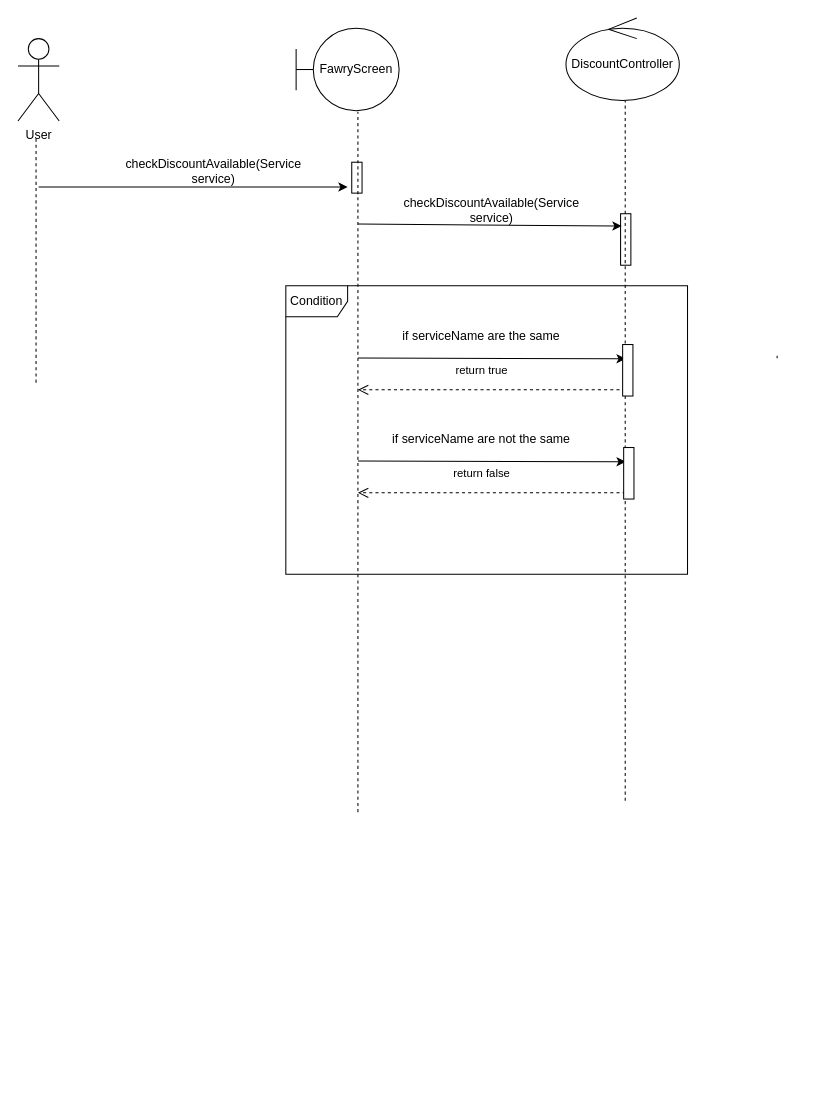
Before: Design System/CheckDiscountsSequenceDiagram.drawio in hazemadelkhalel/Fawry-System, a draw.io diagram. Source tidied: cells renumbered, new cells numbered last; positions are measured from the earlier drawing's top-left corner, leaving out a move shared by most shapes. Both pictures are drawn from the tidied source at 103%, with x=0, y=0 at pixel (18, 18).
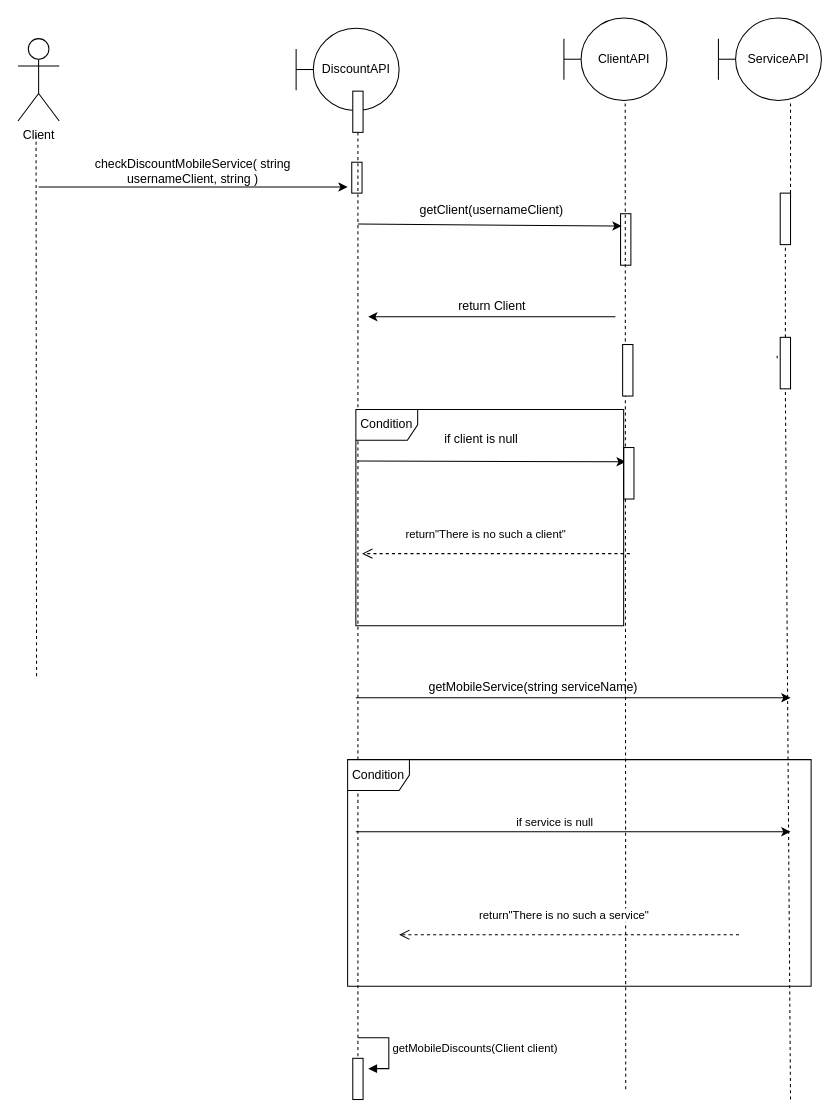
The same page after the edit.

Commit message:
Update CheckDiscounts Sequence Diagram

Change to the diagram source:
```diff
@@
-    <mxCell id="2" value="User" style="shape=umlActor;verticalLabelPosition=bottom;verticalAlign=top;html=1;" parent="1" vertex="1">
+    <mxCell id="2" value="Client" style="shape=umlActor;verticalLabelPosition=bottom;verticalAlign=top;html=1;" parent="1" vertex="1">
       <mxGeometry y="20" width="40" height="80" as="geometry" />
     </mxCell>
@@
     <mxCell id="5" style="endArrow=none;dashed=1;html=1;rounded=0;entryX=0.5;entryY=1;entryDx=0;entryDy=0;" parent="1" edge="1">
       <mxGeometry relative="1" as="geometry">
-        <mxPoint x="589.5" y="760" as="sourcePoint" />
+        <mxPoint x="590" y="1040" as="sourcePoint" />
         <mxPoint x="589.5" y="80" as="targetPoint" />
       </mxGeometry>
     </mxCell>
@@
-    <mxCell id="7" value="checkDiscountAvailable(Service service)" style="text;html=1;strokeColor=none;fillColor=none;align=center;verticalAlign=middle;whiteSpace=wrap;rounded=0;" parent="1" vertex="1">
-      <mxGeometry x="90" y="140" width="200" height="17" as="geometry" />
+    <mxCell id="7" value="checkDiscountMobileService( string usernameClient, string )" style="text;html=1;strokeColor=none;fillColor=none;align=center;verticalAlign=middle;whiteSpace=wrap;rounded=0;" parent="1" vertex="1">
+      <mxGeometry x="70" y="140" width="200" height="17" as="geometry" />
     </mxCell>
@@
-    <mxCell id="9" value="checkDiscountAvailable(Service service)" style="text;html=1;strokeColor=none;fillColor=none;align=center;verticalAlign=middle;whiteSpace=wrap;rounded=0;" parent="1" vertex="1">
+    <mxCell id="9" value="getClient(usernameClient)" style="text;html=1;strokeColor=none;fillColor=none;align=center;verticalAlign=middle;whiteSpace=wrap;rounded=0;" parent="1" vertex="1">
       <mxGeometry x="360" y="178" width="200" height="17" as="geometry" />
     </mxCell>
-    <mxCell id="10" style="endArrow=classic;html=1;rounded=0;exitX=0.125;exitY=1.118;exitDx=0;exitDy=0;exitPerimeter=0;entryX=0.762;entryY=0.287;entryDx=0;entryDy=0;entryPerimeter=0;" parent="1" edge="1">
-      <mxGeometry relative="1" as="geometry">
-        <mxPoint x="330" y="330" as="sourcePoint" />
-        <mxPoint x="590" y="330.9" as="targetPoint" />
-      </mxGeometry>
-    </mxCell>
-    <mxCell id="11" value="if serviceName are the same" style="text;html=1;strokeColor=none;fillColor=none;align=center;verticalAlign=middle;whiteSpace=wrap;rounded=0;" parent="1" vertex="1">
-      <mxGeometry x="350" y="300" width="200" height="17" as="geometry" />
-    </mxCell>
-    <mxCell id="12" value="return true" style="html=1;verticalAlign=bottom;endArrow=open;dashed=1;endSize=8;rounded=0;startArrow=none;" parent="1" edge="1">
-      <mxGeometry x="0.08" y="-10" relative="1" as="geometry">
-        <mxPoint x="590" y="361" as="sourcePoint" />
-        <mxPoint x="330" y="361" as="targetPoint" />
-      </mxGeometry>
-    </mxCell>
@@
-    <mxCell id="14" value="FawryScreen" style="shape=umlBoundary;whiteSpace=wrap;html=1;" parent="1" vertex="1">
+    <mxCell id="14" value="DiscountAPI" style="shape=umlBoundary;whiteSpace=wrap;html=1;" parent="1" vertex="1">
       <mxGeometry x="270" y="10" width="100" height="80" as="geometry" />
     </mxCell>
-    <mxCell id="15" value="DiscountController" style="ellipse;shape=umlControl;whiteSpace=wrap;html=1;" parent="1" vertex="1">
-      <mxGeometry x="532" width="110" height="80" as="geometry" />
-    </mxCell>
     <mxCell id="16" style="endArrow=none;dashed=1;html=1;rounded=0;entryX=0.5;entryY=1;entryDx=0;entryDy=0;" parent="1" edge="1">
       <mxGeometry relative="1" as="geometry">
-        <mxPoint x="17.5" y="354" as="sourcePoint" />
+        <mxPoint x="18" y="639" as="sourcePoint" />
         <mxPoint x="17.5" y="114" as="targetPoint" />
       </mxGeometry>
     </mxCell>
-    <mxCell id="17" style="endArrow=none;dashed=1;html=1;rounded=0;entryX=0.5;entryY=1;entryDx=0;entryDy=0;" parent="1" edge="1">
+    <mxCell id="17" style="endArrow=none;dashed=1;html=1;rounded=0;entryX=0.5;entryY=1;entryDx=0;entryDy=0;" parent="1" edge="1" target="40">
       <mxGeometry relative="1" as="geometry">
-        <mxPoint x="330" y="771" as="sourcePoint" />
-        <mxPoint x="330" y="91" as="targetPoint" />
+        <mxPoint x="330" y="1050" as="sourcePoint" />
       </mxGeometry>
     </mxCell>
@@
-    <mxCell id="19" value="if serviceName are not the same" style="text;html=1;strokeColor=none;fillColor=none;align=center;verticalAlign=middle;whiteSpace=wrap;rounded=0;" parent="1" vertex="1">
+    <mxCell id="19" value="if client is null" style="text;html=1;strokeColor=none;fillColor=none;align=center;verticalAlign=middle;whiteSpace=wrap;rounded=0;" parent="1" vertex="1">
       <mxGeometry x="350" y="400" width="200" height="17" as="geometry" />
     </mxCell>
-    <mxCell id="20" value="return false" style="html=1;verticalAlign=bottom;endArrow=open;dashed=1;endSize=8;rounded=0;startArrow=none;" parent="1" edge="1">
+    <mxCell id="20" value="return&quot;There is no such a client&quot;" style="html=1;verticalAlign=bottom;endArrow=open;dashed=1;endSize=8;rounded=0;startArrow=none;" parent="1" edge="1">
       <mxGeometry x="0.08" y="-10" relative="1" as="geometry">
-        <mxPoint x="590" y="461" as="sourcePoint" />
-        <mxPoint x="330" y="461" as="targetPoint" />
+        <mxPoint x="594" y="520" as="sourcePoint" />
+        <mxPoint x="334" y="520" as="targetPoint" />
       </mxGeometry>
     </mxCell>
-    <mxCell id="21" value="Condition" style="shape=umlFrame;whiteSpace=wrap;html=1;" parent="1" vertex="1">
-      <mxGeometry x="260" y="260" width="390" height="280" as="geometry" />
-    </mxCell>
@@
+    <mxCell id="24" value="ClientAPI" style="shape=umlBoundary;whiteSpace=wrap;html=1;" parent="1" vertex="1">
+      <mxGeometry x="530" width="100" height="80" as="geometry" />
+    </mxCell>
+    <mxCell id="25" value="ServiceAPI" style="shape=umlBoundary;whiteSpace=wrap;html=1;" parent="1" vertex="1">
+      <mxGeometry x="680" width="100" height="80" as="geometry" />
+    </mxCell>
+    <mxCell id="26" style="endArrow=none;dashed=1;html=1;rounded=0;entryX=0.5;entryY=1;entryDx=0;entryDy=0;startArrow=none;" parent="1" edge="1" source="29">
+      <mxGeometry relative="1" as="geometry">
+        <mxPoint x="750" y="80" as="targetPoint" />
+      </mxGeometry>
+    </mxCell>
+    <mxCell id="27" style="html=1;points=[];perimeter=orthogonalPerimeter;" parent="1" vertex="1">
+      <mxGeometry x="740" y="310" width="10" height="50" as="geometry" />
+    </mxCell>
+    <mxCell id="28" style="endArrow=none;dashed=1;html=1;rounded=0;entryX=0.5;entryY=1;entryDx=0;entryDy=0;" parent="1" edge="1" target="27">
+      <mxGeometry relative="1" as="geometry">
+        <mxPoint x="750" y="1050" as="sourcePoint" />
+      </mxGeometry>
+    </mxCell>
+    <mxCell id="29" style="html=1;points=[];perimeter=orthogonalPerimeter;" parent="1" vertex="1">
+      <mxGeometry x="740" y="170" width="10" height="50" as="geometry" />
+    </mxCell>
+    <mxCell id="30" style="endArrow=none;dashed=1;html=1;rounded=0;entryX=0.5;entryY=1;entryDx=0;entryDy=0;startArrow=none;" parent="1" edge="1" source="27" target="29">
+      <mxGeometry relative="1" as="geometry" />
+    </mxCell>
+    <mxCell id="31" style="endArrow=classic;html=1;rounded=0;" parent="1" edge="1">
+      <mxGeometry relative="1" as="geometry">
+        <mxPoint x="580" y="290" as="sourcePoint" />
+        <mxPoint x="340" y="290" as="targetPoint" />
+      </mxGeometry>
+    </mxCell>
+    <mxCell id="32" value="return Client" style="text;html=1;align=center;verticalAlign=middle;strokeColor=none;fillColor=none;" parent="1" vertex="1">
+      <mxGeometry x="415" y="265" width="90" height="30" as="geometry" />
+    </mxCell>
+    <mxCell id="33" value="Condition" style="shape=umlFrame;whiteSpace=wrap;html=1;" parent="1" vertex="1">
+      <mxGeometry x="328" y="380" width="260" height="210" as="geometry" />
+    </mxCell>
+    <mxCell id="34" style="endArrow=classic;html=1;rounded=0;" parent="1" edge="1">
+      <mxGeometry relative="1" as="geometry">
+        <mxPoint x="328" y="660" as="sourcePoint" />
+        <mxPoint x="750" y="660" as="targetPoint" />
+      </mxGeometry>
+    </mxCell>
+    <mxCell id="35" value="getMobileService(string serviceName)" style="text;html=1;align=center;verticalAlign=middle;strokeColor=none;fillColor=none;" parent="1" vertex="1">
+      <mxGeometry x="385" y="635" width="230" height="30" as="geometry" />
+    </mxCell>
+    <mxCell id="36" value="Condition" style="shape=umlFrame;whiteSpace=wrap;html=1;" parent="1" vertex="1">
+      <mxGeometry x="320" y="720" width="450" height="220" as="geometry" />
+    </mxCell>
+    <mxCell id="37" style="endArrow=classic;html=1;rounded=0;" parent="1" edge="1">
+      <mxGeometry relative="1" as="geometry">
+        <mxPoint x="328" y="790" as="sourcePoint" />
+        <mxPoint x="750" y="790" as="targetPoint" />
+      </mxGeometry>
+    </mxCell>
+    <mxCell id="38" value="if service is null" style="edgeLabel;html=1;align=center;verticalAlign=middle;" parent="37" vertex="1">
+      <mxGeometry x="-0.09" y="3" relative="1" as="geometry">
+        <mxPoint y="-7" as="offset" />
+      </mxGeometry>
+    </mxCell>
+    <mxCell id="39" value="return&quot;There is no such a service&quot;" style="html=1;verticalAlign=bottom;endArrow=open;dashed=1;endSize=8;rounded=0;" parent="1" edge="1">
+      <mxGeometry x="0.03" y="-10" relative="1" as="geometry">
+        <mxPoint x="700" y="890" as="sourcePoint" />
+        <mxPoint x="370" y="890" as="targetPoint" />
+      </mxGeometry>
+    </mxCell>
+    <mxCell id="40" style="html=1;points=[];perimeter=orthogonalPerimeter;" parent="1" vertex="1">
+      <mxGeometry x="325" y="71" width="10" height="40" as="geometry" />
+    </mxCell>
+    <mxCell id="41" style="html=1;perimeter=orthogonalPerimeter;" parent="1" vertex="1">
+      <mxGeometry x="325" y="1010" width="10" height="40" as="geometry" />
+    </mxCell>
+    <mxCell id="42" value="getMobileDiscounts(Client client)" style="edgeStyle=orthogonalEdgeStyle;html=1;align=left;spacingLeft=2;endArrow=block;rounded=0;" parent="1" edge="1">
+      <mxGeometry relative="1" as="geometry">
+        <mxPoint x="330" y="990" as="sourcePoint" />
+        <mxPoint x="340" y="1020" as="targetPoint" />
+        <Array as="points">
+          <mxPoint x="360" y="990" />
+          <mxPoint x="360" y="1020" />
+        </Array>
+      </mxGeometry>
+    </mxCell>
```
